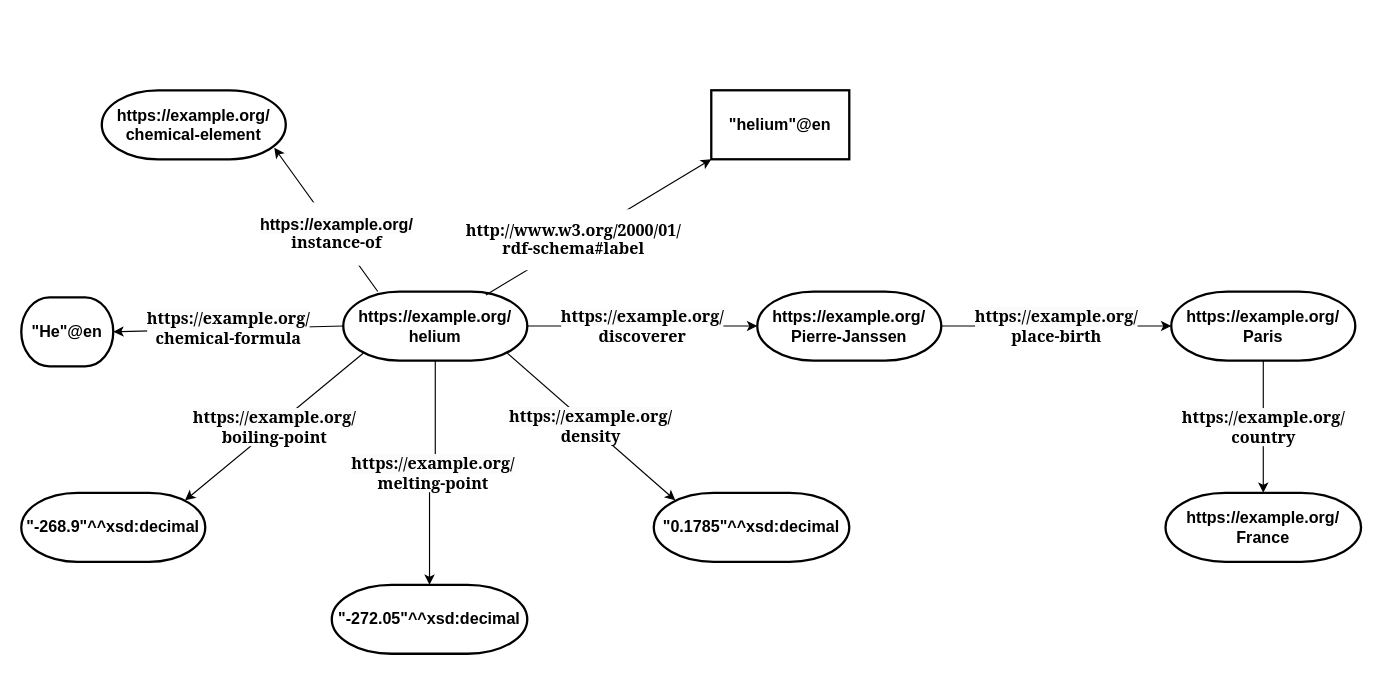
AnasShahab/querying-wikidata-with-graphQL keeps this draw.io diagram as report/images/rdf_graph_updated.drawio. Above is the earlier version. Source tidied: cells renumbered, new cells numbered last; positions are measured from the earlier drawing's top-left corner, leaving out a move shared by most shapes. Both pictures are drawn from the tidied source at 115%, with x=0, y=0 at pixel (21, 90).
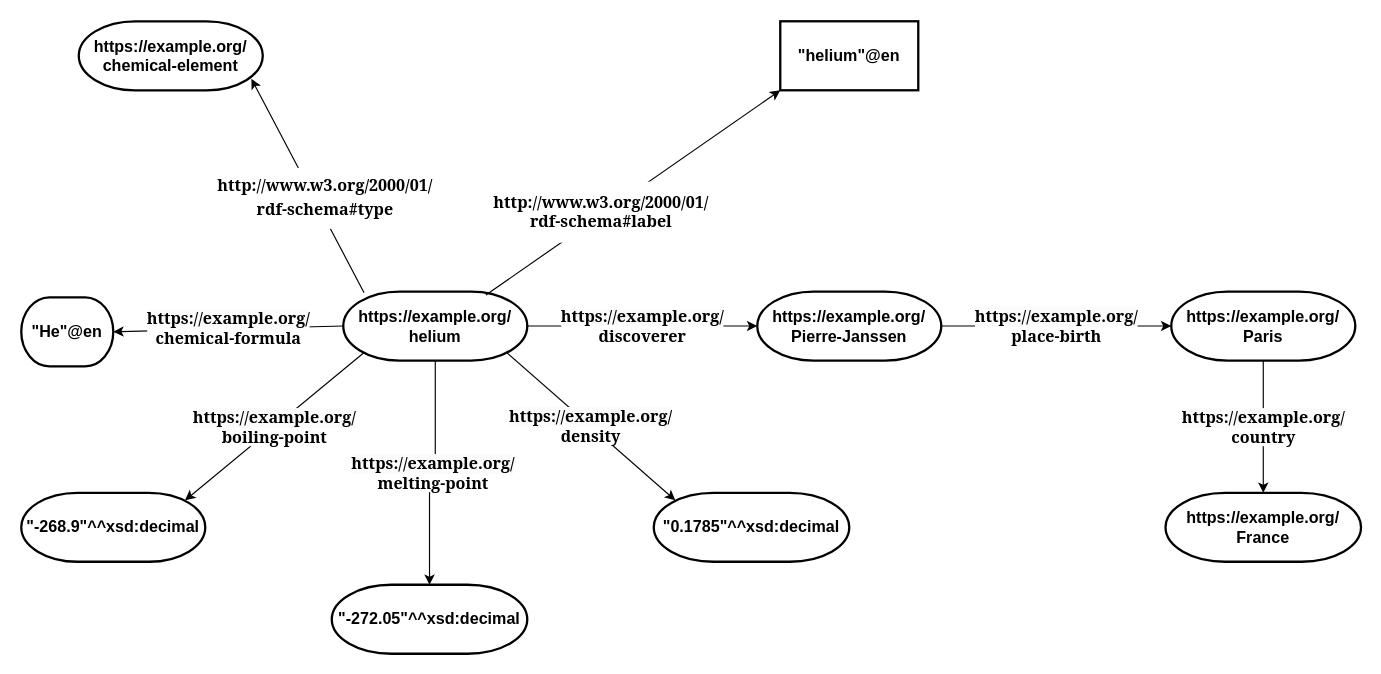
The same page after the edit.

Unchanged cells that the change refers to:
```xml
<mxCell id="4" value="&lt;b style=&quot;font-size: 14px;&quot;&gt;&lt;font style=&quot;font-size: 14px;&quot;&gt;https://example.org/&lt;br&gt;helium&lt;/font&gt;&lt;/b&gt;" style="strokeWidth=2;html=1;shape=mxgraph.flowchart.terminator;whiteSpace=wrap;" parent="1" vertex="1">
  <mxGeometry x="280" y="175" width="160" height="60" as="geometry" />
</mxCell>
```

What changed in the source:
```diff
@@
     <mxCell id="6" value="&lt;font style=&quot;font-size: 14px;&quot;&gt;&lt;b style=&quot;border-color: var(--border-color);&quot;&gt;&lt;font style=&quot;border-color: var(--border-color);&quot;&gt;https://example.org/&lt;br&gt;&lt;/font&gt;&lt;/b&gt;&lt;b&gt;&lt;font style=&quot;&quot;&gt;chemical-element&lt;/font&gt;&lt;/b&gt;&lt;/font&gt;" style="strokeWidth=2;html=1;shape=mxgraph.flowchart.terminator;whiteSpace=wrap;" parent="1" vertex="1">
-      <mxGeometry x="70" width="160" height="60" as="geometry" />
+      <mxGeometry x="50" y="-60" width="160" height="60" as="geometry" />
     </mxCell>
@@
-    <mxCell id="16" value="&lt;p style=&quot;line-height: 120%;&quot;&gt;&lt;b style=&quot;border-color: var(--border-color); background-color: rgb(251, 251, 251);&quot;&gt;&lt;font style=&quot;border-color: var(--border-color); font-size: 14px;&quot;&gt;https://example.org/&lt;br&gt;&lt;/font&gt;&lt;/b&gt;&lt;b&gt;&lt;font face=&quot;Georgia&quot; style=&quot;font-size: 14px;&quot;&gt;instance-of&lt;/font&gt;&lt;/b&gt;&lt;/p&gt;" style="endArrow=classic;html=1;rounded=0;fontSize=12;" parent="1" edge="1">
-      <mxGeometry x="-0.2" relative="1" as="geometry">
-        <mxPoint x="310" y="175" as="sourcePoint" />
-        <mxPoint x="220" y="50" as="targetPoint" />
-      </mxGeometry>
-    </mxCell>
@@
     <mxCell id="21" value="&lt;b&gt;&lt;font style=&quot;font-size: 14px;&quot;&gt;&quot;helium&quot;@en&lt;/font&gt;&lt;/b&gt;" style="rounded=0;whiteSpace=wrap;html=1;strokeWidth=2;" parent="1" vertex="1">
-      <mxGeometry x="600" width="120" height="60" as="geometry" />
+      <mxGeometry x="660" y="-60" width="120" height="60" as="geometry" />
     </mxCell>
+    <mxCell id="22" style="endArrow=classic;html=1;rounded=0;exitX=0.113;exitY=0.017;exitDx=0;exitDy=0;exitPerimeter=0;entryX=0.938;entryY=0.833;entryDx=0;entryDy=0;entryPerimeter=0;" parent="1" edge="1" source="4" target="6">
+      <mxGeometry relative="1" as="geometry" />
+    </mxCell>
+    <mxCell id="23" value="&lt;p style=&quot;line-height: 80%;&quot;&gt;&lt;font face=&quot;Georgia&quot; style=&quot;font-size: 14px;&quot;&gt;&lt;b&gt;http://www.w3.org/2000/01/&lt;/b&gt;&lt;/font&gt;&lt;/p&gt;&lt;p style=&quot;line-height: 80%;&quot;&gt;&lt;font face=&quot;Georgia&quot; style=&quot;font-size: 14px;&quot;&gt;&lt;b&gt;rdf-schema#type&lt;/b&gt;&lt;/font&gt;&lt;/p&gt;" style="edgeLabel;html=1;align=center;verticalAlign=middle;" parent="22" vertex="1">
+      <mxGeometry x="-0.15" y="-8" relative="1" as="geometry" />
+    </mxCell>
```
